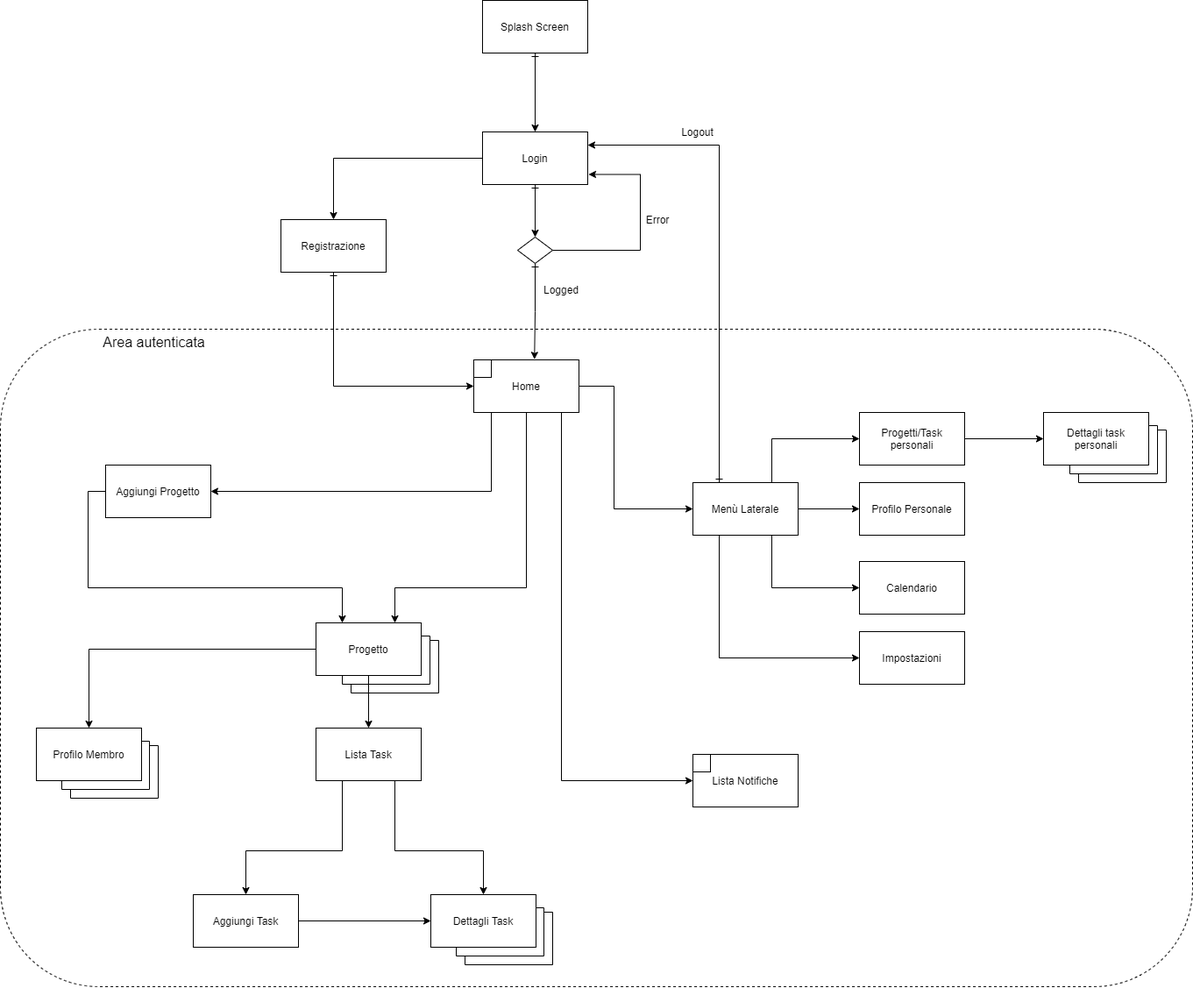
Earlier version of the draw.io export Documentazione/Diagrammi/Diagrammi .png/BeeWork-Nav_model.png (SelVer99/BeeWork). Source tidied: cells renumbered, new cells last; positions are measured from the earlier drawing's top-left corner, leaving out a move shared by most shapes.
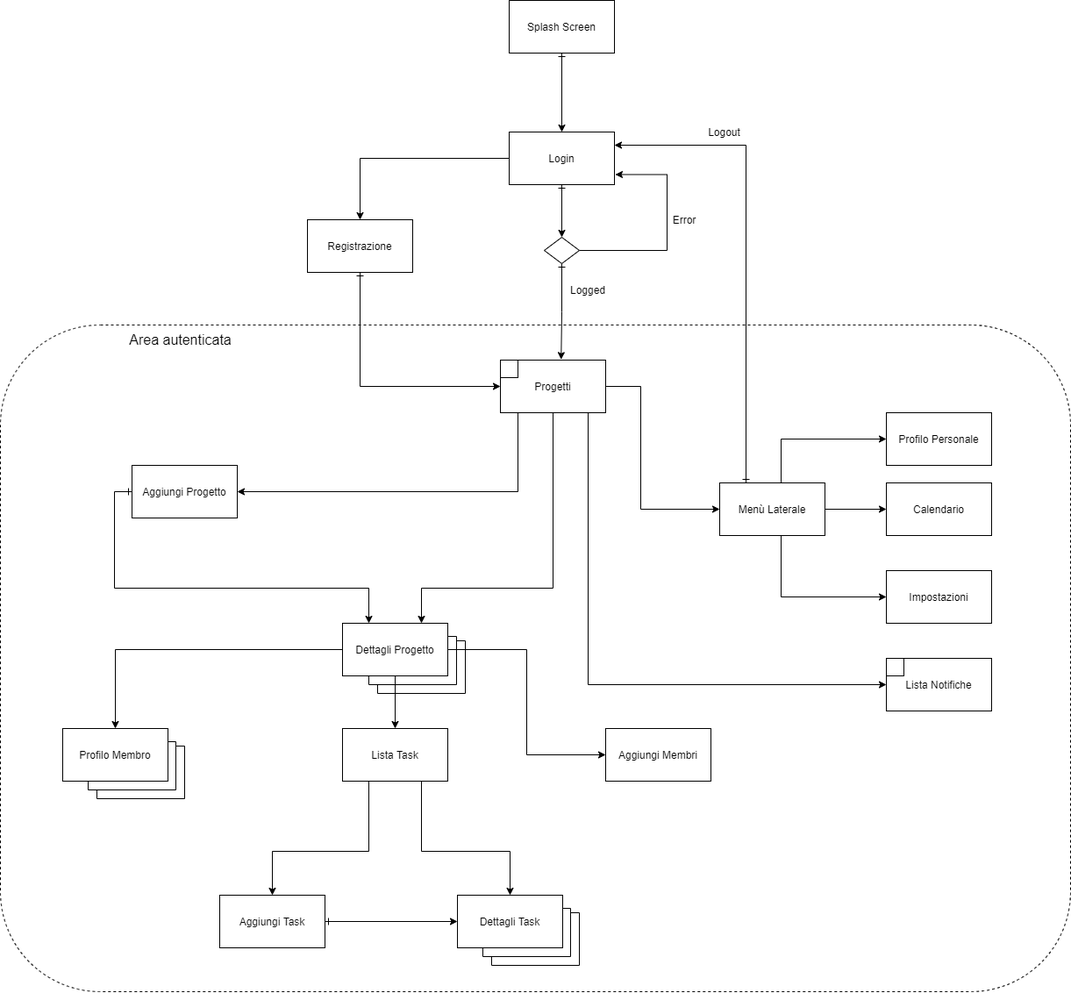
The same file after the commit.

What changed in the source:
```diff
@@ -26,7 +26,7 @@
       <mxGeometry relative="1" as="geometry">
         <Array as="points">
           <mxPoint x="640" y="470" />
-          <mxPoint x="640" y="890" />
+          <mxPoint x="640" y="780" />
         </Array>
       </mxGeometry>
     </mxCell>
@@ -47,25 +47,25 @@
         </Array>
       </mxGeometry>
     </mxCell>
-    <mxCell id="10" value="Home" style="rounded=0;whiteSpace=wrap;html=1;" parent="1" vertex="1">
+    <mxCell id="10" value="Progetti" style="rounded=0;whiteSpace=wrap;html=1;" parent="1" vertex="1">
       <mxGeometry x="540" y="410" width="120" height="60" as="geometry" />
     </mxCell>
     <mxCell id="11" style="rounded=0;whiteSpace=wrap;html=1;" parent="1" vertex="1">
       <mxGeometry x="540" y="410" width="20" height="20" as="geometry" />
     </mxCell>
-    <mxCell id="12" style="edgeStyle=orthogonalEdgeStyle;rounded=0;jettySize=auto;html=1;exitX=1;exitY=0.5;exitDx=0;exitDy=0;startArrow=none;startFill=0;" parent="1" edge="1" source="15">
+    <mxCell id="12" style="edgeStyle=orthogonalEdgeStyle;rounded=0;jettySize=auto;html=1;exitX=1;exitY=0.5;exitDx=0;exitDy=0;startArrow=none;startFill=0;entryX=0;entryY=0.5;entryDx=0;entryDy=0;" parent="1" edge="1" source="15" target="17">
       <mxGeometry relative="1" as="geometry">
-        <mxPoint x="980" y="580" as="targetPoint" />
+        <Array as="points">
+          <mxPoint x="860" y="580" />
+          <mxPoint x="860" y="500" />
+        </Array>
       </mxGeometry>
     </mxCell>
-    <mxCell id="13" style="edgeStyle=orthogonalEdgeStyle;rounded=0;jettySize=auto;html=1;exitX=0.75;exitY=0;exitDx=0;exitDy=0;startArrow=none;startFill=0;entryX=0;entryY=0.5;entryDx=0;entryDy=0;" parent="1" edge="1" source="15" target="19">
-      <mxGeometry relative="1" as="geometry" />
-    </mxCell>
     <mxCell id="14" style="edgeStyle=orthogonalEdgeStyle;rounded=0;jettySize=auto;html=1;exitX=0.5;exitY=1;exitDx=0;exitDy=0;startArrow=none;startFill=0;" parent="1" edge="1" source="15" target="27">
       <mxGeometry relative="1" as="geometry">
         <Array as="points">
           <mxPoint x="880" y="610" />
-          <mxPoint x="880" y="670" />
+          <mxPoint x="880" y="580" />
         </Array>
       </mxGeometry>
     </mxCell>
@@ -73,49 +73,11 @@
       <mxGeometry x="790" y="550" width="120" height="60" as="geometry" />
     </mxCell>
     <mxCell id="16" value="Lista Notifiche" style="rounded=0;whiteSpace=wrap;html=1;" parent="1" vertex="1">
-      <mxGeometry x="790" y="860" width="120" height="60" as="geometry" />
+      <mxGeometry x="980" y="750" width="120" height="60" as="geometry" />
     </mxCell>
     <mxCell id="17" value="Profilo Personale" style="rounded=0;whiteSpace=wrap;html=1;" parent="1" vertex="1">
-      <mxGeometry x="980" y="550" width="120" height="60" as="geometry" />
+      <mxGeometry x="980" y="470" width="120" height="60" as="geometry" />
     </mxCell>
-    <mxCell id="18" style="edgeStyle=orthogonalEdgeStyle;rounded=0;jettySize=auto;html=1;entryX=0;entryY=0.5;entryDx=0;entryDy=0;startArrow=none;startFill=0;" parent="1" edge="1" source="19" target="24">
-      <mxGeometry relative="1" as="geometry" />
-    </mxCell>
-    <mxCell id="19" value="Progetti/Task personali" style="rounded=0;whiteSpace=wrap;html=1;" parent="1" vertex="1">
-      <mxGeometry x="980" y="470" width="120" height="60" as="geometry" />
-    </mxCell>
-    <mxCell id="20" style="group;" parent="1" vertex="1">
-      <mxGeometry x="1190" y="470" width="140" height="80" as="geometry" />
-    </mxCell>
-    <mxCell id="21" style="group;" parent="20" vertex="1">
-      <mxGeometry width="140" height="80" as="geometry" />
-    </mxCell>
-    <mxCell id="22" style="endArrow=none;html=1;rounded=0;" parent="21" edge="1">
-      <mxGeometry relative="1" as="geometry">
-        <mxPoint x="40" y="70" as="sourcePoint" />
-        <mxPoint x="130" y="20" as="targetPoint" />
-        <Array as="points">
-          <mxPoint x="40" y="80" />
-          <mxPoint x="140" y="80" />
-          <mxPoint x="140" y="20" />
-        </Array>
-      </mxGeometry>
-    </mxCell>
-    <mxCell id="23" style="group;" parent="21" vertex="1">
-      <mxGeometry width="120" height="60" as="geometry" />
-    </mxCell>
-    <mxCell id="24" value="Dettagli task personali" style="rounded=0;whiteSpace=wrap;html=1;" parent="23" vertex="1">
-      <mxGeometry width="120" height="60" as="geometry" />
-    </mxCell>
-    <mxCell id="25" style="edgeStyle=orthogonalEdgeStyle;rounded=0;orthogonalLoop=1;jettySize=auto;html=1;exitX=1;exitY=0.25;exitDx=0;exitDy=0;entryX=0.25;entryY=1;entryDx=0;entryDy=0;endArrow=none;endFill=0;" parent="23" edge="1" source="24" target="24">
-      <mxGeometry relative="1" as="geometry">
-        <Array as="points">
-          <mxPoint x="130" y="15" />
-          <mxPoint x="130" y="70" />
-          <mxPoint x="30" y="70" />
-        </Array>
-      </mxGeometry>
-    </mxCell>
     <mxCell id="26" style="edgeStyle=orthogonalEdgeStyle;rounded=0;jettySize=auto;html=1;exitX=0.25;exitY=0;exitDx=0;exitDy=0;startArrow=ERone;startFill=0;entryX=1;entryY=0.25;entryDx=0;entryDy=0;" parent="1" edge="1" source="15" target="55">
       <mxGeometry relative="1" as="geometry">
         <Array as="points">
@@ -124,7 +86,7 @@
       </mxGeometry>
     </mxCell>
     <mxCell id="27" value="Calendario" style="rounded=0;whiteSpace=wrap;html=1;" parent="1" vertex="1">
-      <mxGeometry x="980" y="640" width="120" height="60" as="geometry" />
+      <mxGeometry x="980" y="550" width="120" height="60" as="geometry" />
     </mxCell>
     <mxCell id="28" style="group;" parent="1" vertex="1">
       <mxGeometry x="360" y="710" width="140" height="80" as="geometry" />
@@ -146,7 +108,7 @@
     <mxCell id="31" style="group;" parent="29" vertex="1">
       <mxGeometry width="120" height="60" as="geometry" />
     </mxCell>
-    <mxCell id="32" value="Progetto" style="rounded=0;whiteSpace=wrap;html=1;" parent="31" vertex="1">
+    <mxCell id="32" value="Dettagli Progetto" style="rounded=0;whiteSpace=wrap;html=1;" parent="31" vertex="1">
       <mxGeometry width="120" height="60" as="geometry" />
     </mxCell>
     <mxCell id="33" style="edgeStyle=orthogonalEdgeStyle;rounded=0;orthogonalLoop=1;jettySize=auto;html=1;exitX=1;exitY=0.25;exitDx=0;exitDy=0;entryX=0.25;entryY=1;entryDx=0;entryDy=0;endArrow=none;endFill=0;" parent="31" edge="1" source="32" target="32">
@@ -181,7 +143,7 @@
     <mxCell id="37" value="Lista Task" style="rounded=0;whiteSpace=wrap;html=1;" parent="1" vertex="1">
       <mxGeometry x="360" y="830" width="120" height="60" as="geometry" />
     </mxCell>
-    <mxCell id="38" style="edgeStyle=orthogonalEdgeStyle;rounded=0;jettySize=auto;html=1;exitX=0;exitY=0.5;exitDx=0;exitDy=0;entryX=0.25;entryY=0;entryDx=0;entryDy=0;" parent="1" edge="1" source="39" target="32">
+    <mxCell id="38" style="edgeStyle=orthogonalEdgeStyle;rounded=0;jettySize=auto;html=1;exitX=0;exitY=0.5;exitDx=0;exitDy=0;entryX=0.25;entryY=0;entryDx=0;entryDy=0;startArrow=ERone;startFill=0;" parent="1" edge="1" source="39" target="32">
       <mxGeometry relative="1" as="geometry">
         <Array as="points">
           <mxPoint x="100" y="560" />
@@ -193,7 +155,7 @@
     <mxCell id="39" value="Aggiungi Progetto" style="rounded=0;whiteSpace=wrap;html=1;" parent="1" vertex="1">
       <mxGeometry x="120" y="530" width="120" height="60" as="geometry" />
     </mxCell>
-    <mxCell id="40" style="edgeStyle=orthogonalEdgeStyle;rounded=0;jettySize=auto;html=1;exitX=1;exitY=0.5;exitDx=0;exitDy=0;entryX=0;entryY=0.5;entryDx=0;entryDy=0;" parent="1" edge="1" source="41" target="47">
+    <mxCell id="40" style="edgeStyle=orthogonalEdgeStyle;rounded=0;jettySize=auto;html=1;exitX=1;exitY=0.5;exitDx=0;exitDy=0;entryX=0;entryY=0.5;entryDx=0;entryDy=0;startArrow=ERone;startFill=0;" parent="1" edge="1" source="41" target="47">
       <mxGeometry relative="1" as="geometry" />
     </mxCell>
     <mxCell id="41" value="Aggiungi Task" style="rounded=0;whiteSpace=wrap;html=1;" parent="1" vertex="1">
@@ -235,18 +197,18 @@
       </mxGeometry>
     </mxCell>
     <mxCell id="49" style="whiteSpace=wrap;html=1;" parent="1" vertex="1">
-      <mxGeometry x="790" y="860" width="20" height="20" as="geometry" />
+      <mxGeometry x="980" y="750" width="20" height="20" as="geometry" />
     </mxCell>
     <mxCell id="50" style="edgeStyle=orthogonalEdgeStyle;rounded=0;jettySize=auto;html=1;exitX=0.25;exitY=1;exitDx=0;exitDy=0;entryX=0;entryY=0.5;entryDx=0;entryDy=0;" parent="1" edge="1" source="15" target="51">
       <mxGeometry relative="1" as="geometry">
         <Array as="points">
-          <mxPoint x="820" y="750" />
-          <mxPoint x="980" y="750" />
+          <mxPoint x="860" y="610" />
+          <mxPoint x="860" y="680" />
         </Array>
       </mxGeometry>
     </mxCell>
     <mxCell id="51" value="Impostazioni" style="rounded=0;whiteSpace=wrap;html=1;" parent="1" vertex="1">
-      <mxGeometry x="980" y="720" width="120" height="60" as="geometry" />
+      <mxGeometry x="980" y="650" width="120" height="60" as="geometry" />
     </mxCell>
     <mxCell id="52" value="Logout" style="text;html=1;align=center;verticalAlign=middle;" parent="1" vertex="1">
       <mxGeometry x="770" y="140" width="50" height="20" as="geometry" />
@@ -281,10 +243,10 @@
       <mxGeometry x="320" y="250" width="120" height="60" as="geometry" />
     </mxCell>
     <mxCell id="61" style="rounded=1;whiteSpace=wrap;html=1;fillColor=none;dashed=1;" parent="1" vertex="1">
-      <mxGeometry y="375" width="1360" height="750" as="geometry" />
+      <mxGeometry x="-30" y="370" width="1220" height="760" as="geometry" />
     </mxCell>
     <mxCell id="62" value="&lt;font style=&quot;font-size: 16px&quot;&gt;Area autenticata&lt;/font&gt;" style="text;html=1;align=center;verticalAlign=middle;" parent="1" vertex="1">
-      <mxGeometry x="110" y="380" width="130" height="20" as="geometry" />
+      <mxGeometry x="110" y="377" width="130" height="20" as="geometry" />
     </mxCell>
     <mxCell id="63" style="group;" parent="1" vertex="1">
       <mxGeometry x="40" y="830" width="140" height="80" as="geometry" />
@@ -318,5 +280,11 @@
         </Array>
       </mxGeometry>
     </mxCell>
+    <mxCell id="69" style="edgeStyle=orthogonalEdgeStyle;rounded=0;jettySize=auto;html=1;exitX=1;exitY=0.5;exitDx=0;exitDy=0;entryX=0;entryY=0.5;entryDx=0;entryDy=0;" parent="1" edge="1" source="32" target="70">
+      <mxGeometry relative="1" as="geometry" />
+    </mxCell>
+    <mxCell id="70" value="Aggiungi Membri" style="rounded=0;whiteSpace=wrap;html=1;" parent="1" vertex="1">
+      <mxGeometry x="660" y="830" width="120" height="60" as="geometry" />
+    </mxCell>
   </root>
 </mxGraphModel>
```
